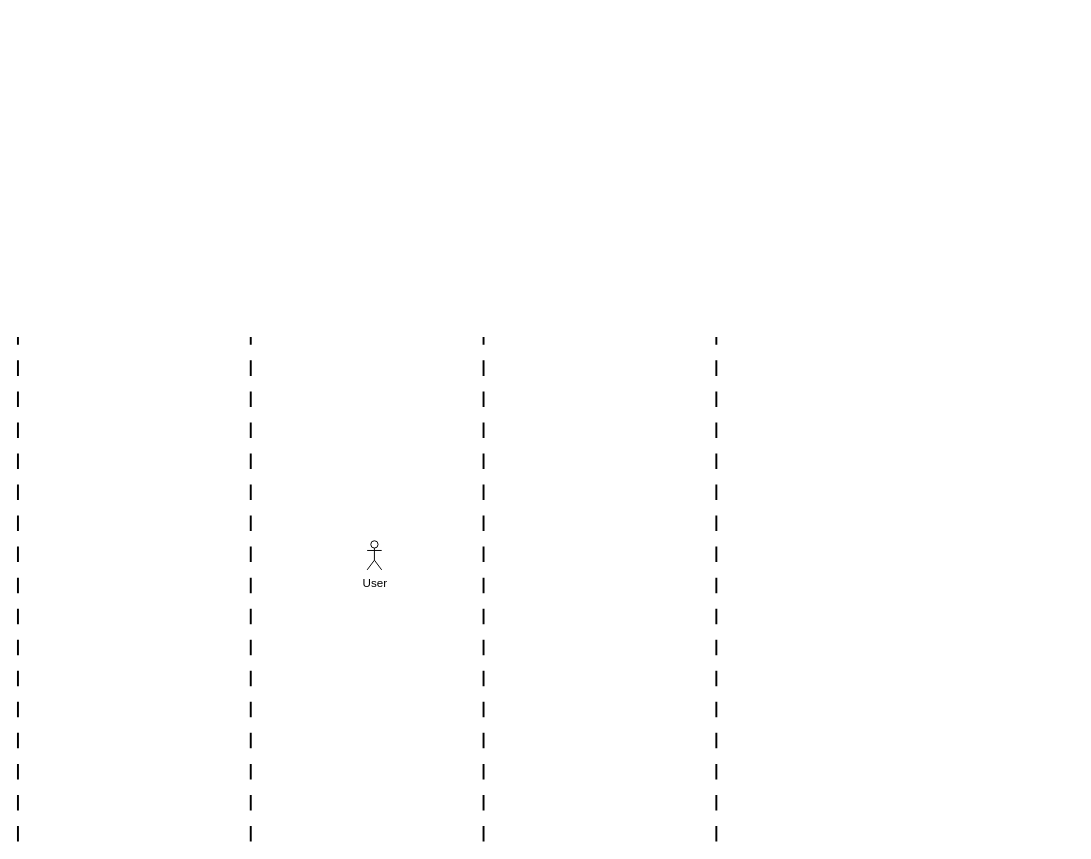
This is Interactive_map_Sequence_diagram.drawio from Anuja-jayasinghe/DrawIo_Projects, a draw.io file, before an edit. Source tidied: cells renumbered, new cells numbered last; positions are measured from the earlier drawing's top-left corner, leaving out a move shared by most shapes. Both pictures are drawn from the tidied source at 97%, with x=0, y=0 at pixel (17, 337).
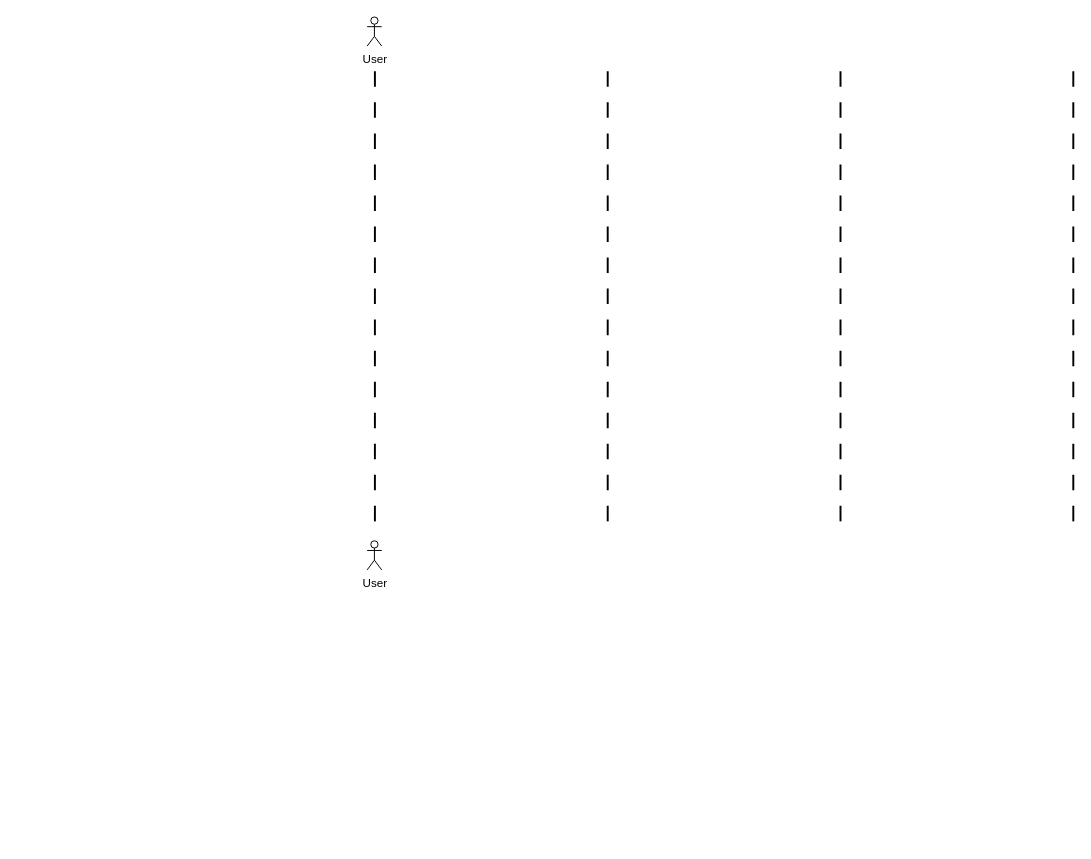
The same page after the edit.

What changed in the source:
```diff
@@
 <mxGraphModel>
   <root>
     <mxCell id="0" />
     <mxCell id="1" parent="0" />
     <mxCell id="2" style="endArrow=none;dashed=1;html=1;dashPattern=8 8;strokeWidth=2;rounded=0;" parent="1" edge="1">
       <mxGeometry relative="1" as="geometry">
-        <mxPoint y="520" as="sourcePoint" />
-        <mxPoint as="targetPoint" />
+        <mxPoint x="368" y="190" as="sourcePoint" />
+        <mxPoint x="368" y="-290" as="targetPoint" />
       </mxGeometry>
     </mxCell>
     <mxCell id="3" style="endArrow=none;dashed=1;html=1;dashPattern=8 8;strokeWidth=2;rounded=0;" parent="1" edge="1">
       <mxGeometry relative="1" as="geometry">
-        <mxPoint x="720" y="520" as="sourcePoint" />
-        <mxPoint x="720" as="targetPoint" />
+        <mxPoint x="1088" y="190" as="sourcePoint" />
+        <mxPoint x="1088" y="-290" as="targetPoint" />
       </mxGeometry>
     </mxCell>
     <mxCell id="4" style="endArrow=none;dashed=1;html=1;dashPattern=8 8;strokeWidth=2;rounded=0;" parent="1" edge="1">
       <mxGeometry relative="1" as="geometry">
-        <mxPoint x="480" y="520" as="sourcePoint" />
-        <mxPoint x="480" as="targetPoint" />
+        <mxPoint x="848" y="190" as="sourcePoint" />
+        <mxPoint x="848" y="-290" as="targetPoint" />
       </mxGeometry>
     </mxCell>
     <mxCell id="5" style="endArrow=none;dashed=1;html=1;dashPattern=8 8;strokeWidth=2;rounded=0;" parent="1" edge="1">
       <mxGeometry relative="1" as="geometry">
-        <mxPoint x="240" y="520" as="sourcePoint" />
-        <mxPoint x="240" as="targetPoint" />
+        <mxPoint x="608" y="190" as="sourcePoint" />
+        <mxPoint x="608" y="-290" as="targetPoint" />
       </mxGeometry>
     </mxCell>
     <mxCell id="6" value="User" style="shape=umlActor;verticalLabelPosition=bottom;verticalAlign=top;html=1;" parent="1" vertex="1">
       <mxGeometry x="360" y="210" width="15" height="30" as="geometry" />
     </mxCell>
+    <mxCell id="7" value="User" style="shape=umlActor;verticalLabelPosition=bottom;verticalAlign=top;html=1;" parent="1" vertex="1">
+      <mxGeometry x="360" y="-330" width="15" height="30" as="geometry" />
+    </mxCell>
   </root>
 </mxGraphModel>
```
